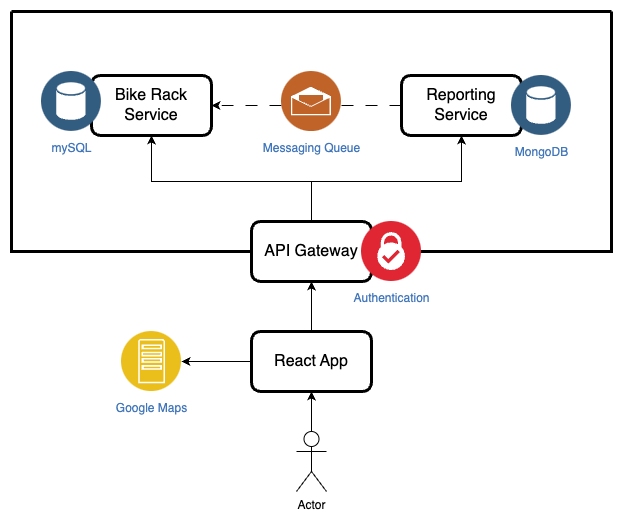
This is assets/bike-rack-finder-app.png from Christine-Anderson/bike-rack-finder-app, a draw.io export, as it was before one commit. Source tidied: cells renumbered, new cells last; positions are measured from the earlier drawing's top-left corner, leaving out a move shared by most shapes. The source it was exported from:
```xml
<mxGraphModel>
  <root>
    <mxCell id="0" />
    <mxCell id="1" parent="0" />
    <mxCell id="2" style="swimlane;startSize=0;strokeWidth=3;" parent="1" vertex="1">
      <mxGeometry width="600" height="240" as="geometry" />
    </mxCell>
    <mxCell id="3" value="&lt;font style=&quot;font-size: 16px;&quot;&gt;API Gateway&lt;/font&gt;" style="rounded=1;whiteSpace=wrap;html=1;strokeWidth=3;" parent="1" vertex="1">
      <mxGeometry x="240" y="210" width="120" height="60" as="geometry" />
    </mxCell>
    <mxCell id="4" value="Authentication" style="image;perimeter=ellipsePerimeter;html=1;align=center;shadow=0;dashed=0;fontColor=#4277BB;labelBackgroundColor=default;fontSize=12;spacingTop=3;image=img/lib/ibm/security/security_services.svg;" parent="1" vertex="1">
      <mxGeometry x="350" y="210" width="60" height="60" as="geometry" />
    </mxCell>
    <mxCell id="5" value="&lt;font style=&quot;font-size: 16px;&quot;&gt;Bike Rack Service&lt;/font&gt;" style="rounded=1;whiteSpace=wrap;html=1;strokeWidth=3;" parent="1" vertex="1">
      <mxGeometry x="80" y="64" width="120" height="60" as="geometry" />
    </mxCell>
    <mxCell id="6" style="edgeStyle=orthogonalEdgeStyle;rounded=0;jettySize=auto;html=1;exitX=0;exitY=0.5;exitDx=0;exitDy=0;entryX=1;entryY=0.5;entryDx=0;entryDy=0;dashed=1;dashPattern=12 12;" parent="1" edge="1" source="7" target="5">
      <mxGeometry relative="1" as="geometry" />
    </mxCell>
    <mxCell id="7" value="&lt;font style=&quot;font-size: 16px;&quot;&gt;Reporting Service&lt;/font&gt;" style="rounded=1;whiteSpace=wrap;html=1;strokeWidth=3;" parent="1" vertex="1">
      <mxGeometry x="390" y="64" width="120" height="60" as="geometry" />
    </mxCell>
    <mxCell id="8" value="MongoDB" style="image;perimeter=ellipsePerimeter;html=1;align=center;shadow=0;dashed=0;fontColor=#4277BB;labelBackgroundColor=default;fontSize=12;spacingTop=3;image=img/lib/ibm/data/data_services.svg;" parent="1" vertex="1">
      <mxGeometry x="500" y="64" width="60" height="60" as="geometry" />
    </mxCell>
    <mxCell id="9" value="mySQL" style="image;perimeter=ellipsePerimeter;html=1;align=center;shadow=0;dashed=0;fontColor=#4277BB;labelBackgroundColor=default;fontSize=12;spacingTop=3;image=img/lib/ibm/data/data_services.svg;" parent="1" vertex="1">
      <mxGeometry x="30" y="60" width="60" height="60" as="geometry" />
    </mxCell>
    <mxCell id="10" value="Messaging Queue" style="image;perimeter=ellipsePerimeter;html=1;align=center;shadow=0;dashed=0;fontColor=#4277BB;labelBackgroundColor=default;fontSize=12;spacingTop=3;image=img/lib/ibm/social/messaging.svg;" parent="1" vertex="1">
      <mxGeometry x="270" y="60" width="60" height="60" as="geometry" />
    </mxCell>
    <mxCell id="11" style="endArrow=classic;html=1;rounded=0;exitX=0.5;exitY=0;exitDx=0;exitDy=0;entryX=0.5;entryY=1;entryDx=0;entryDy=0;" parent="1" edge="1" source="3" target="7">
      <mxGeometry relative="1" as="geometry">
        <Array as="points">
          <mxPoint x="300" y="170" />
          <mxPoint x="450" y="170" />
        </Array>
      </mxGeometry>
    </mxCell>
    <mxCell id="12" style="endArrow=classic;html=1;rounded=0;entryX=0.5;entryY=1;entryDx=0;entryDy=0;" parent="1" edge="1" target="5">
      <mxGeometry relative="1" as="geometry">
        <mxPoint x="300" y="170" as="sourcePoint" />
        <Array as="points">
          <mxPoint x="140" y="170" />
        </Array>
      </mxGeometry>
    </mxCell>
    <mxCell id="13" value="Actor" style="shape=umlActor;verticalLabelPosition=bottom;verticalAlign=top;html=1;outlineConnect=0;" parent="1" vertex="1">
      <mxGeometry x="285" y="420" width="30" height="60" as="geometry" />
    </mxCell>
    <mxCell id="14" value="&lt;font style=&quot;font-size: 16px;&quot;&gt;React App&lt;/font&gt;" style="rounded=1;whiteSpace=wrap;html=1;strokeWidth=3;" parent="1" vertex="1">
      <mxGeometry x="240" y="320" width="120" height="60" as="geometry" />
    </mxCell>
    <mxCell id="15" style="endArrow=classic;html=1;rounded=0;exitX=0.5;exitY=0;exitDx=0;exitDy=0;entryX=0.5;entryY=1;entryDx=0;entryDy=0;" parent="1" edge="1" source="14" target="3">
      <mxGeometry relative="1" as="geometry" />
    </mxCell>
    <mxCell id="16" style="endArrow=classic;html=1;rounded=0;exitX=0.5;exitY=0;exitDx=0;exitDy=0;exitPerimeter=0;" parent="1" edge="1" source="13" target="14">
      <mxGeometry relative="1" as="geometry" />
    </mxCell>
    <mxCell id="17" value="Google Maps" style="image;perimeter=ellipsePerimeter;html=1;align=center;shadow=0;dashed=0;fontColor=#4277BB;labelBackgroundColor=default;fontSize=12;spacingTop=3;image=img/lib/ibm/applications/app_server.svg;" parent="1" vertex="1">
      <mxGeometry x="110" y="320" width="60" height="60" as="geometry" />
    </mxCell>
    <mxCell id="18" style="endArrow=classic;html=1;rounded=0;entryX=1;entryY=0.5;entryDx=0;entryDy=0;exitX=0;exitY=0.5;exitDx=0;exitDy=0;" parent="1" edge="1" source="14" target="17">
      <mxGeometry relative="1" as="geometry" />
    </mxCell>
  </root>
</mxGraphModel>
```
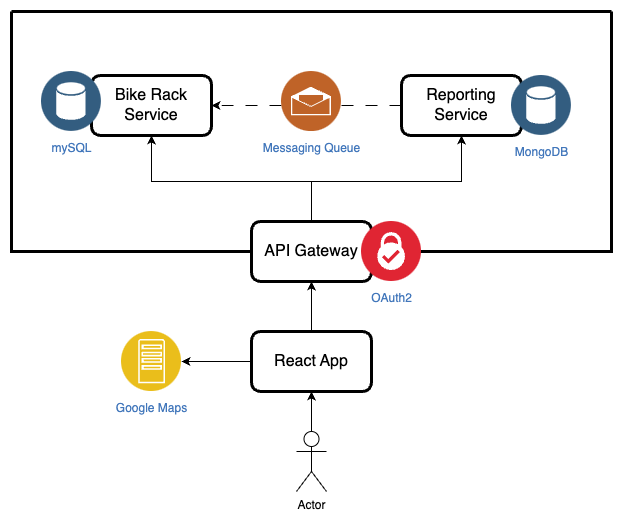
Later version of the same file.

Change to the diagram source:
```diff
@@ -8,7 +8,7 @@
     <mxCell id="3" value="&lt;font style=&quot;font-size: 16px;&quot;&gt;API Gateway&lt;/font&gt;" style="rounded=1;whiteSpace=wrap;html=1;strokeWidth=3;" parent="1" vertex="1">
       <mxGeometry x="240" y="210" width="120" height="60" as="geometry" />
     </mxCell>
-    <mxCell id="4" value="Authentication" style="image;perimeter=ellipsePerimeter;html=1;align=center;shadow=0;dashed=0;fontColor=#4277BB;labelBackgroundColor=default;fontSize=12;spacingTop=3;image=img/lib/ibm/security/security_services.svg;" parent="1" vertex="1">
+    <mxCell id="4" value="OAuth2" style="image;perimeter=ellipsePerimeter;html=1;align=center;shadow=0;dashed=0;fontColor=#4277BB;labelBackgroundColor=default;fontSize=12;spacingTop=3;image=img/lib/ibm/security/security_services.svg;" parent="1" vertex="1">
       <mxGeometry x="350" y="210" width="60" height="60" as="geometry" />
     </mxCell>
     <mxCell id="5" value="&lt;font style=&quot;font-size: 16px;&quot;&gt;Bike Rack Service&lt;/font&gt;" style="rounded=1;whiteSpace=wrap;html=1;strokeWidth=3;" parent="1" vertex="1">
```
